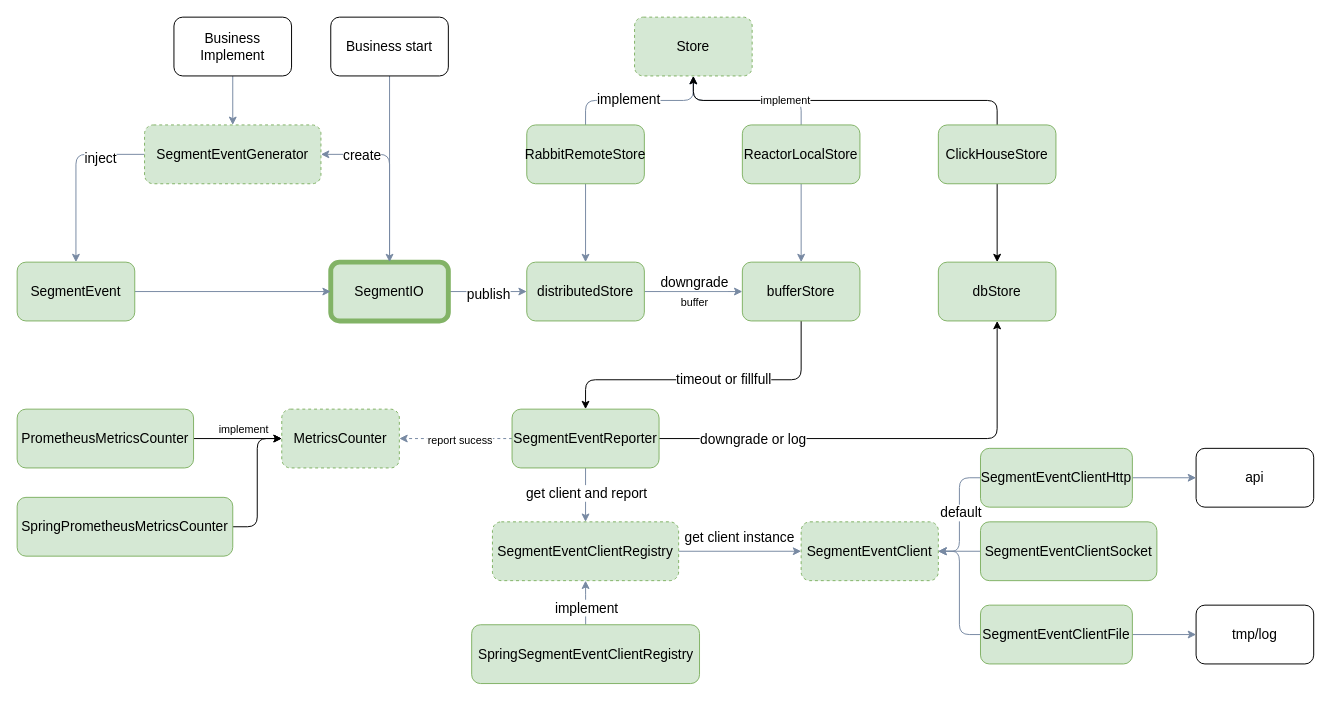
Before: assets/SegmentEvent-V2.drawio in sheldon-pacvue/segmenet-event, a draw.io diagram. Source tidied: cells renumbered, new cells numbered last; positions are measured from the earlier drawing's top-left corner, leaving out a move shared by most shapes. Both pictures are drawn from the tidied source at 98%, with x=0, y=0 at pixel (17, 17).
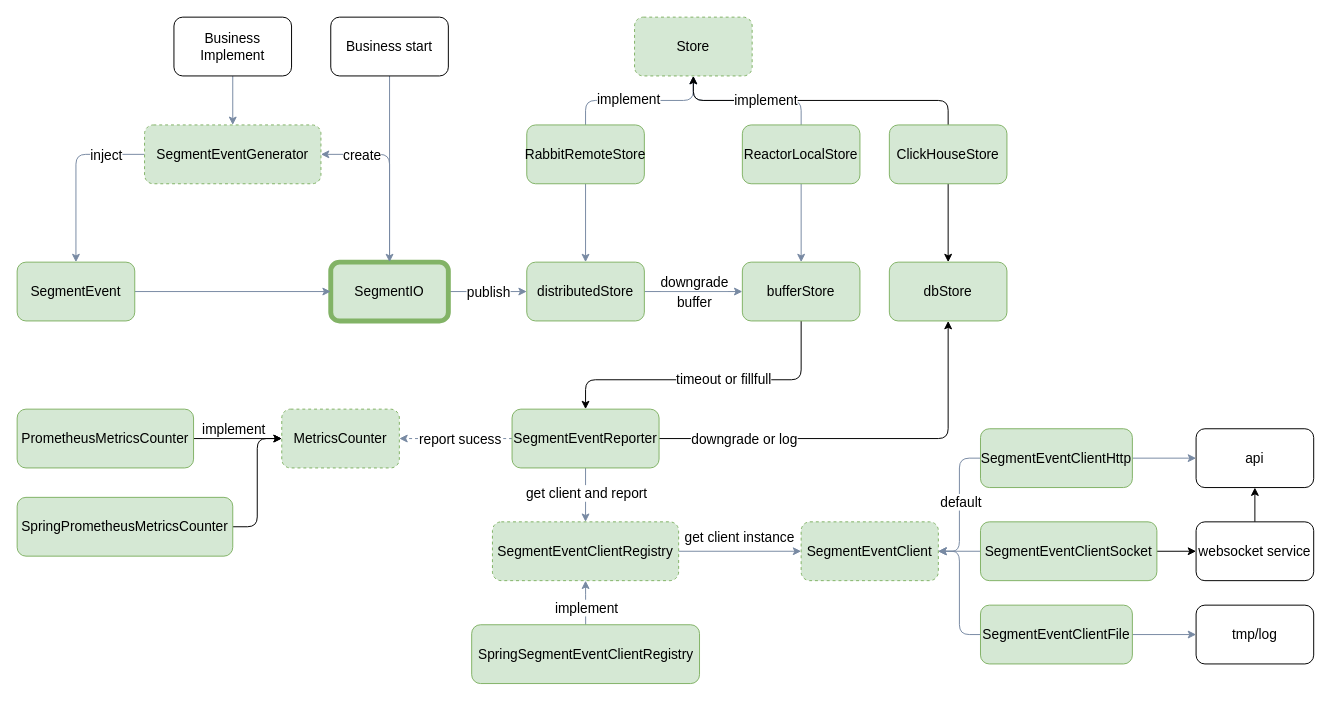
The same diagram, later.

Unchanged cells that the change refers to:
```xml
<mxCell id="4" style="edgeStyle=orthogonalEdgeStyle;rounded=1;jettySize=auto;html=1;exitX=1;exitY=0.5;exitDx=0;exitDy=0;entryX=0;entryY=0.5;entryDx=0;entryDy=0;strokeColor=#788AA3;fontColor=#000000;fillColor=#B2C9AB;labelBackgroundColor=none;fontSize=14;" parent="1" edge="1" source="8" target="27">
  <mxGeometry relative="1" as="geometry" />
</mxCell>
<mxCell id="6" style="edgeStyle=orthogonalEdgeStyle;rounded=1;jettySize=auto;html=1;strokeColor=#788AA3;fontColor=#000000;fillColor=#B2C9AB;dashed=1;labelBackgroundColor=none;fontSize=14;exitX=0;exitY=0.5;exitDx=0;exitDy=0;" parent="1" edge="1" source="26" target="42">
  <mxGeometry relative="1" as="geometry" />
</mxCell>
<mxCell id="11" style="edgeStyle=orthogonalEdgeStyle;rounded=1;jettySize=auto;html=1;strokeColor=#788AA3;fontColor=#000000;fillColor=#B2C9AB;labelBackgroundColor=none;fontSize=14;" parent="1" edge="1" source="13" target="10">
  <mxGeometry relative="1" as="geometry" />
</mxCell>
<mxCell id="18" style="edgeStyle=orthogonalEdgeStyle;rounded=1;jettySize=auto;html=1;exitX=1;exitY=0.5;exitDx=0;exitDy=0;strokeColor=#788AA3;fontColor=#000000;fillColor=#B2C9AB;entryX=0;entryY=0.5;entryDx=0;entryDy=0;labelBackgroundColor=none;fontSize=14;" parent="1" edge="1" source="27" target="30">
  <mxGeometry relative="1" as="geometry" />
</mxCell>
<mxCell id="49" value="SegmentEventClientSocket" style="rounded=1;whiteSpace=wrap;html=1;strokeColor=#82b366;fillColor=#d5e8d4;labelBackgroundColor=none;fontSize=14;" parent="1" vertex="1">
  <mxGeometry x="983" y="515" width="180" height="60" as="geometry" />
</mxCell>
<mxCell id="57" style="edgeStyle=orthogonalEdgeStyle;rounded=1;jettySize=auto;html=1;exitX=1;exitY=0.5;exitDx=0;exitDy=0;" parent="1" edge="1" source="59" target="42">
  <mxGeometry relative="1" as="geometry" />
</mxCell>
<mxCell id="62" style="edgeStyle=orthogonalEdgeStyle;rounded=1;jettySize=auto;html=1;exitX=0.5;exitY=0;exitDx=0;exitDy=0;entryX=0.5;entryY=1;entryDx=0;entryDy=0;" parent="1" edge="1" source="65" target="21">
  <mxGeometry relative="1" as="geometry" />
</mxCell>
```

Diff of the diagram source:
```diff
@@
     <mxCell id="5" value="publish" style="edgeLabel;html=1;align=center;verticalAlign=middle;fontSize=14;rounded=1;" parent="4" vertex="1">
-      <mxGeometry y="-2" relative="1" as="geometry" />
+      <mxGeometry y="-2" relative="1" as="geometry">
+        <mxPoint y="-2" as="offset" />
+      </mxGeometry>
     </mxCell>
@@
-    <mxCell id="7" value="report sucess" style="edgeLabel;html=1;align=center;verticalAlign=middle;rounded=1;" parent="6" vertex="1">
-      <mxGeometry x="-0.06" y="1" relative="1" as="geometry" />
+    <mxCell id="7" value="report sucess" style="edgeLabel;html=1;align=center;verticalAlign=middle;rounded=1;fontSize=14;" parent="6" vertex="1">
+      <mxGeometry x="-0.06" y="1" relative="1" as="geometry">
+        <mxPoint y="-1" as="offset" />
+      </mxGeometry>
     </mxCell>
@@
     <mxCell id="12" value="inject" style="edgeLabel;html=1;align=center;verticalAlign=middle;fontSize=14;rounded=1;" parent="11" vertex="1">
-      <mxGeometry x="-0.49" y="3" relative="1" as="geometry" />
+      <mxGeometry x="-0.49" y="3" relative="1" as="geometry">
+        <mxPoint x="6" y="-3" as="offset" />
+      </mxGeometry>
     </mxCell>
@@
-    <mxCell id="20" value="buffer" style="edgeLabel;html=1;align=center;verticalAlign=middle;" parent="18" vertex="1">
+    <mxCell id="20" value="buffer" style="edgeLabel;html=1;align=center;verticalAlign=middle;fontSize=14;" parent="18" vertex="1">
       <mxGeometry x="0.13" y="1" relative="1" as="geometry">
         <mxPoint x="-6" y="11" as="offset" />
       </mxGeometry>
     </mxCell>
@@
     <mxCell id="41" value="SegmentEventClientHttp" style="rounded=1;whiteSpace=wrap;html=1;strokeColor=#82b366;fillColor=#d5e8d4;labelBackgroundColor=none;fontSize=14;" parent="1" vertex="1">
-      <mxGeometry x="983" y="440" width="155" height="60" as="geometry" />
+      <mxGeometry x="983" y="420" width="155" height="60" as="geometry" />
     </mxCell>
@@
     <mxCell id="48" value="api" style="rounded=1;whiteSpace=wrap;html=1;labelBackgroundColor=none;fontSize=14;" parent="1" vertex="1">
-      <mxGeometry x="1203" y="440" width="120" height="60" as="geometry" />
+      <mxGeometry x="1203" y="420" width="120" height="60" as="geometry" />
     </mxCell>
+    <mxCell id="67" style="edgeStyle=orthogonalEdgeStyle;rounded=0;jettySize=auto;html=1;exitX=1;exitY=0.5;exitDx=0;exitDy=0;" parent="1" edge="1" source="49" target="69">
+      <mxGeometry relative="1" as="geometry" />
+    </mxCell>
@@
-    <mxCell id="58" value="implement" style="edgeLabel;html=1;align=center;verticalAlign=middle;rounded=1;" parent="57" vertex="1">
+    <mxCell id="58" value="implement" style="edgeLabel;html=1;align=center;verticalAlign=middle;rounded=1;fontSize=14;" parent="57" vertex="1">
       <mxGeometry x="0.02" y="1" relative="1" as="geometry">
-        <mxPoint x="4" y="-9" as="offset" />
+        <mxPoint x="-6" y="-9" as="offset" />
       </mxGeometry>
     </mxCell>
@@
-    <mxCell id="63" value="implement" style="edgeLabel;html=1;align=center;verticalAlign=middle;" parent="62" vertex="1">
+    <mxCell id="63" value="implement" style="edgeLabel;html=1;align=center;verticalAlign=middle;fontSize=14;" parent="62" vertex="1">
       <mxGeometry x="0.21" y="-1" relative="1" as="geometry">
         <mxPoint x="-24" as="offset" />
       </mxGeometry>
     </mxCell>
@@
     <mxCell id="65" value="ClickHouseStore" style="rounded=1;whiteSpace=wrap;html=1;strokeColor=#82b366;fillColor=#d5e8d4;labelBackgroundColor=none;fontSize=14;" parent="1" vertex="1">
-      <mxGeometry x="940" y="110" width="120" height="60" as="geometry" />
+      <mxGeometry x="890" y="110" width="120" height="60" as="geometry" />
     </mxCell>
     <mxCell id="66" value="dbStore" style="rounded=1;whiteSpace=wrap;html=1;strokeColor=#82b366;fillColor=#d5e8d4;labelBackgroundColor=none;fontSize=14;" parent="1" vertex="1">
-      <mxGeometry x="940" y="250" width="120" height="60" as="geometry" />
+      <mxGeometry x="890" y="250" width="120" height="60" as="geometry" />
     </mxCell>
+    <mxCell id="68" style="edgeStyle=orthogonalEdgeStyle;rounded=0;jettySize=auto;html=1;exitX=0.5;exitY=0;exitDx=0;exitDy=0;entryX=0.5;entryY=1;entryDx=0;entryDy=0;" parent="1" edge="1" source="69" target="48">
+      <mxGeometry relative="1" as="geometry" />
+    </mxCell>
+    <mxCell id="69" value="websocket service" style="rounded=1;whiteSpace=wrap;html=1;fontSize=14;" parent="1" vertex="1">
+      <mxGeometry x="1203" y="515" width="120" height="60" as="geometry" />
+    </mxCell>
```
